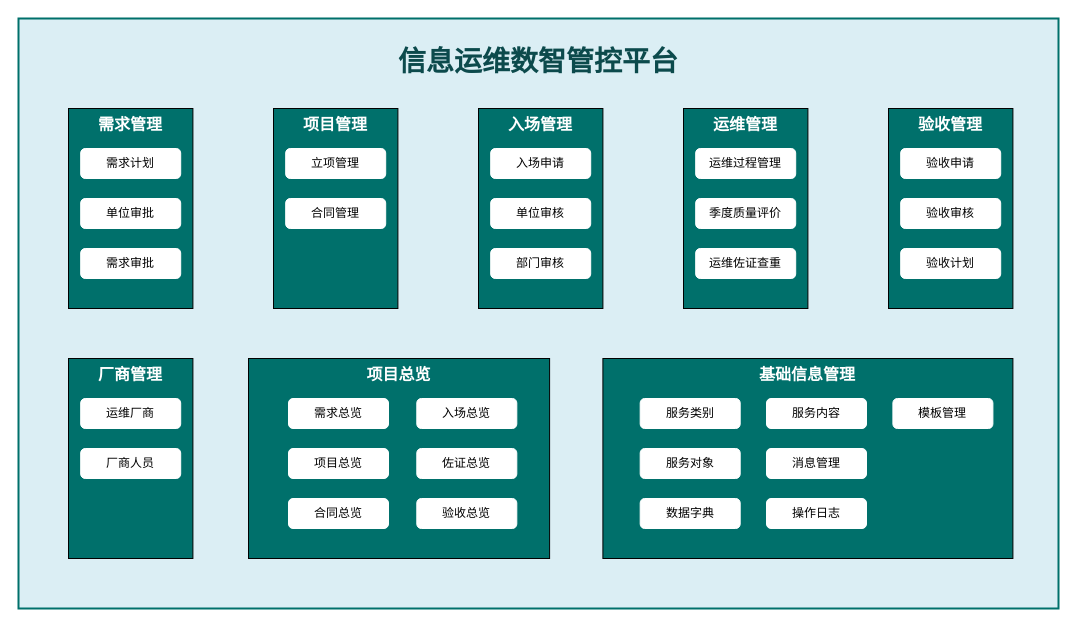
The draw.io diagram 信息运维应用架构.drawio in diaosinanshen/draw, before the edit. Source tidied: cells renumbered, new cells numbered last; positions are measured from the earlier drawing's top-left corner, leaving out a move shared by most shapes. Both pictures are drawn from the tidied source at 100%, with x=0, y=0 at pixel (18, 18).
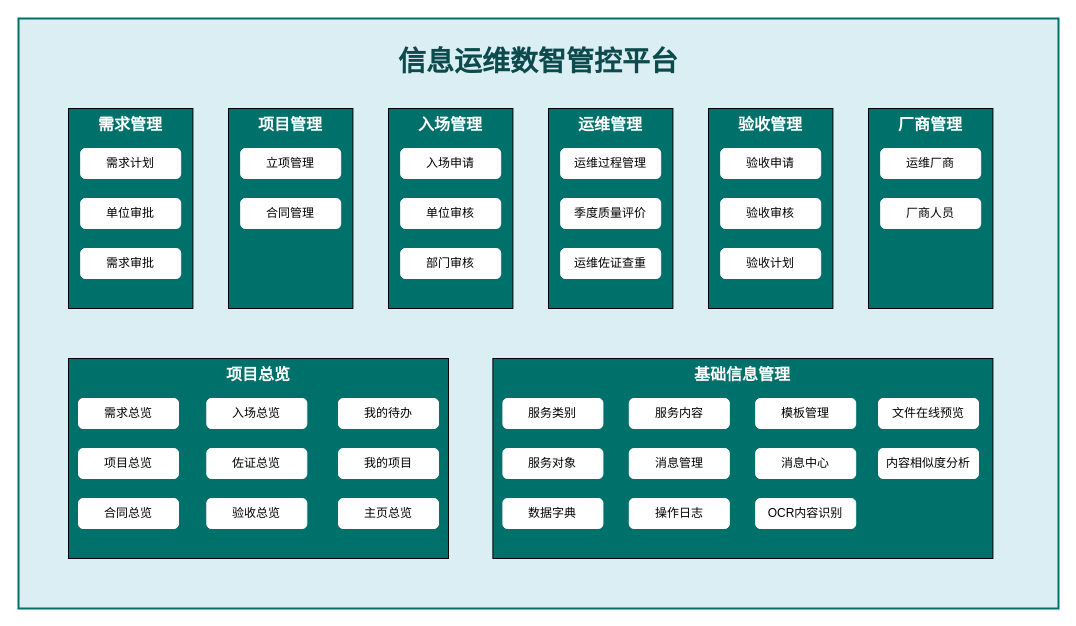
The same page after the edit.

Commit message:
更新信息运维应用架构.drawio

The edit, as a diff of the source:
```diff
@@
     <mxCell id="3" value="项目总览" style="rounded=0;whiteSpace=wrap;html=1;verticalAlign=top;fontSize=16;fillColor=#00706B;fontColor=#FFFFFF;fontStyle=1;" parent="1" vertex="1">
-      <mxGeometry x="230" y="340" width="301.1" height="200" as="geometry" />
+      <mxGeometry x="50" y="340" width="380" height="200" as="geometry" />
     </mxCell>
     <mxCell id="4" value="需求总览" style="rounded=1;whiteSpace=wrap;html=1;strokeColor=#FFFFFF;" parent="1" vertex="1">
-      <mxGeometry x="270" y="380" width="100" height="30" as="geometry" />
+      <mxGeometry x="60" y="380" width="100" height="30" as="geometry" />
     </mxCell>
     <mxCell id="5" value="项目总览" style="rounded=1;whiteSpace=wrap;html=1;strokeColor=#FFFFFF;" parent="1" vertex="1">
-      <mxGeometry x="270" y="430" width="100" height="30" as="geometry" />
+      <mxGeometry x="60" y="430" width="100" height="30" as="geometry" />
     </mxCell>
     <mxCell id="6" value="合同总览" style="rounded=1;whiteSpace=wrap;html=1;strokeColor=#FFFFFF;" parent="1" vertex="1">
-      <mxGeometry x="270" y="480" width="100" height="30" as="geometry" />
+      <mxGeometry x="60" y="480" width="100" height="30" as="geometry" />
     </mxCell>
     <mxCell id="7" value="入场总览" style="rounded=1;whiteSpace=wrap;html=1;strokeColor=#FFFFFF;" parent="1" vertex="1">
-      <mxGeometry x="398.3" y="380" width="100" height="30" as="geometry" />
+      <mxGeometry x="188.3" y="380" width="100" height="30" as="geometry" />
     </mxCell>
     <mxCell id="8" value="佐证总览" style="rounded=1;whiteSpace=wrap;html=1;strokeColor=#FFFFFF;" parent="1" vertex="1">
-      <mxGeometry x="398.3" y="430" width="100" height="30" as="geometry" />
+      <mxGeometry x="188.3" y="430" width="100" height="30" as="geometry" />
     </mxCell>
     <mxCell id="9" value="验收总览" style="rounded=1;whiteSpace=wrap;html=1;strokeColor=#FFFFFF;" parent="1" vertex="1">
-      <mxGeometry x="398.3" y="480" width="100" height="30" as="geometry" />
+      <mxGeometry x="188.3" y="480" width="100" height="30" as="geometry" />
     </mxCell>
     <mxCell id="10" value="厂商管理" style="rounded=0;whiteSpace=wrap;html=1;verticalAlign=top;fontSize=16;fillColor=#00706B;fontColor=#FFFFFF;fontStyle=1;" parent="1" vertex="1">
-      <mxGeometry x="50" y="340" width="124.4" height="200" as="geometry" />
+      <mxGeometry x="850" y="90" width="124.4" height="200" as="geometry" />
     </mxCell>
     <mxCell id="11" value="运维厂商" style="rounded=1;whiteSpace=wrap;html=1;strokeColor=#FFFFFF;" parent="1" vertex="1">
-      <mxGeometry x="62.2" y="380" width="100" height="30" as="geometry" />
+      <mxGeometry x="862.2" y="130" width="100" height="30" as="geometry" />
     </mxCell>
     <mxCell id="12" value="厂商人员" style="rounded=1;whiteSpace=wrap;html=1;strokeColor=#FFFFFF;" parent="1" vertex="1">
-      <mxGeometry x="62.2" y="430" width="100" height="30" as="geometry" />
+      <mxGeometry x="862.2" y="180" width="100" height="30" as="geometry" />
     </mxCell>
     <mxCell id="13" value="基础信息管理" style="rounded=0;whiteSpace=wrap;html=1;verticalAlign=top;fontSize=16;fillColor=#00706B;fontColor=#FFFFFF;fontStyle=1;" parent="1" vertex="1">
-      <mxGeometry x="584.4" y="340" width="410" height="200" as="geometry" />
+      <mxGeometry x="474.4" y="340" width="500" height="200" as="geometry" />
     </mxCell>
     <mxCell id="14" value="服务类别" style="rounded=1;whiteSpace=wrap;html=1;strokeColor=#FFFFFF;" parent="1" vertex="1">
-      <mxGeometry x="621.7" y="380" width="100" height="30" as="geometry" />
+      <mxGeometry x="484.4" y="380" width="100" height="30" as="geometry" />
     </mxCell>
     <mxCell id="15" value="服务对象" style="rounded=1;whiteSpace=wrap;html=1;strokeColor=#FFFFFF;" parent="1" vertex="1">
-      <mxGeometry x="621.7" y="430" width="100" height="30" as="geometry" />
+      <mxGeometry x="484.4" y="430" width="100" height="30" as="geometry" />
     </mxCell>
     <mxCell id="16" value="数据字典" style="rounded=1;whiteSpace=wrap;html=1;strokeColor=#FFFFFF;" parent="1" vertex="1">
-      <mxGeometry x="621.7" y="480" width="100" height="30" as="geometry" />
+      <mxGeometry x="484.4" y="480" width="100" height="30" as="geometry" />
     </mxCell>
     <mxCell id="17" value="服务内容" style="rounded=1;whiteSpace=wrap;html=1;strokeColor=#FFFFFF;" parent="1" vertex="1">
-      <mxGeometry x="748" y="380" width="100" height="30" as="geometry" />
+      <mxGeometry x="610.8" y="380" width="100" height="30" as="geometry" />
     </mxCell>
     <mxCell id="18" value="消息管理" style="rounded=1;whiteSpace=wrap;html=1;strokeColor=#FFFFFF;" parent="1" vertex="1">
-      <mxGeometry x="748" y="430" width="100" height="30" as="geometry" />
+      <mxGeometry x="610.8" y="430" width="100" height="30" as="geometry" />
     </mxCell>
     <mxCell id="19" value="操作日志" style="rounded=1;whiteSpace=wrap;html=1;strokeColor=#FFFFFF;" parent="1" vertex="1">
-      <mxGeometry x="748" y="480" width="100" height="30" as="geometry" />
+      <mxGeometry x="610.8" y="480" width="100" height="30" as="geometry" />
     </mxCell>
     <mxCell id="20" value="模板管理" style="rounded=1;whiteSpace=wrap;html=1;strokeColor=#FFFFFF;" parent="1" vertex="1">
-      <mxGeometry x="874.4" y="380" width="100" height="30" as="geometry" />
+      <mxGeometry x="737.2" y="380" width="100" height="30" as="geometry" />
     </mxCell>
@@
     <mxCell id="26" style="group;flipH=1;" parent="1" vertex="1">
-      <mxGeometry x="255" y="90" width="124.4" height="200" as="geometry" />
+      <mxGeometry x="210" y="90" width="124.4" height="200" as="geometry" />
     </mxCell>
@@
     <mxCell id="30" style="group;flipH=1;" parent="1" vertex="1">
-      <mxGeometry x="460" y="90" width="124.4" height="200" as="geometry" />
+      <mxGeometry x="370" y="90" width="124.4" height="200" as="geometry" />
     </mxCell>
@@
     <mxCell id="35" style="group;flipH=1;" parent="1" vertex="1">
-      <mxGeometry x="665" y="90" width="124.4" height="200" as="geometry" />
+      <mxGeometry x="530" y="90" width="124.4" height="200" as="geometry" />
     </mxCell>
@@
     <mxCell id="40" style="group;flipH=1;" parent="1" vertex="1">
-      <mxGeometry x="870" y="90" width="124.4" height="200" as="geometry" />
+      <mxGeometry x="690" y="90" width="124.4" height="200" as="geometry" />
     </mxCell>
@@
+    <mxCell id="45" value="我的待办" style="rounded=1;whiteSpace=wrap;html=1;strokeColor=#FFFFFF;" parent="1" vertex="1">
+      <mxGeometry x="320" y="380" width="100" height="30" as="geometry" />
+    </mxCell>
+    <mxCell id="46" value="消息中心" style="rounded=1;whiteSpace=wrap;html=1;strokeColor=#FFFFFF;" parent="1" vertex="1">
+      <mxGeometry x="737.2" y="430" width="100" height="30" as="geometry" />
+    </mxCell>
+    <mxCell id="47" value="主页总览" style="rounded=1;whiteSpace=wrap;html=1;strokeColor=#FFFFFF;" parent="1" vertex="1">
+      <mxGeometry x="320" y="480" width="100" height="30" as="geometry" />
+    </mxCell>
+    <mxCell id="48" value="我的项目" style="rounded=1;whiteSpace=wrap;html=1;strokeColor=#FFFFFF;" parent="1" vertex="1">
+      <mxGeometry x="320" y="430" width="100" height="30" as="geometry" />
+    </mxCell>
+    <mxCell id="49" value="OCR内容识别" style="rounded=1;whiteSpace=wrap;html=1;strokeColor=#FFFFFF;" parent="1" vertex="1">
+      <mxGeometry x="737.2" y="480" width="100" height="30" as="geometry" />
+    </mxCell>
+    <mxCell id="50" value="内容相似度分析" style="rounded=1;whiteSpace=wrap;html=1;strokeColor=#FFFFFF;" parent="1" vertex="1">
+      <mxGeometry x="860" y="430" width="100" height="30" as="geometry" />
+    </mxCell>
+    <mxCell id="51" value="文件在线预览" style="rounded=1;whiteSpace=wrap;html=1;strokeColor=#FFFFFF;" parent="1" vertex="1">
+      <mxGeometry x="860" y="380" width="100" height="30" as="geometry" />
+    </mxCell>
```
